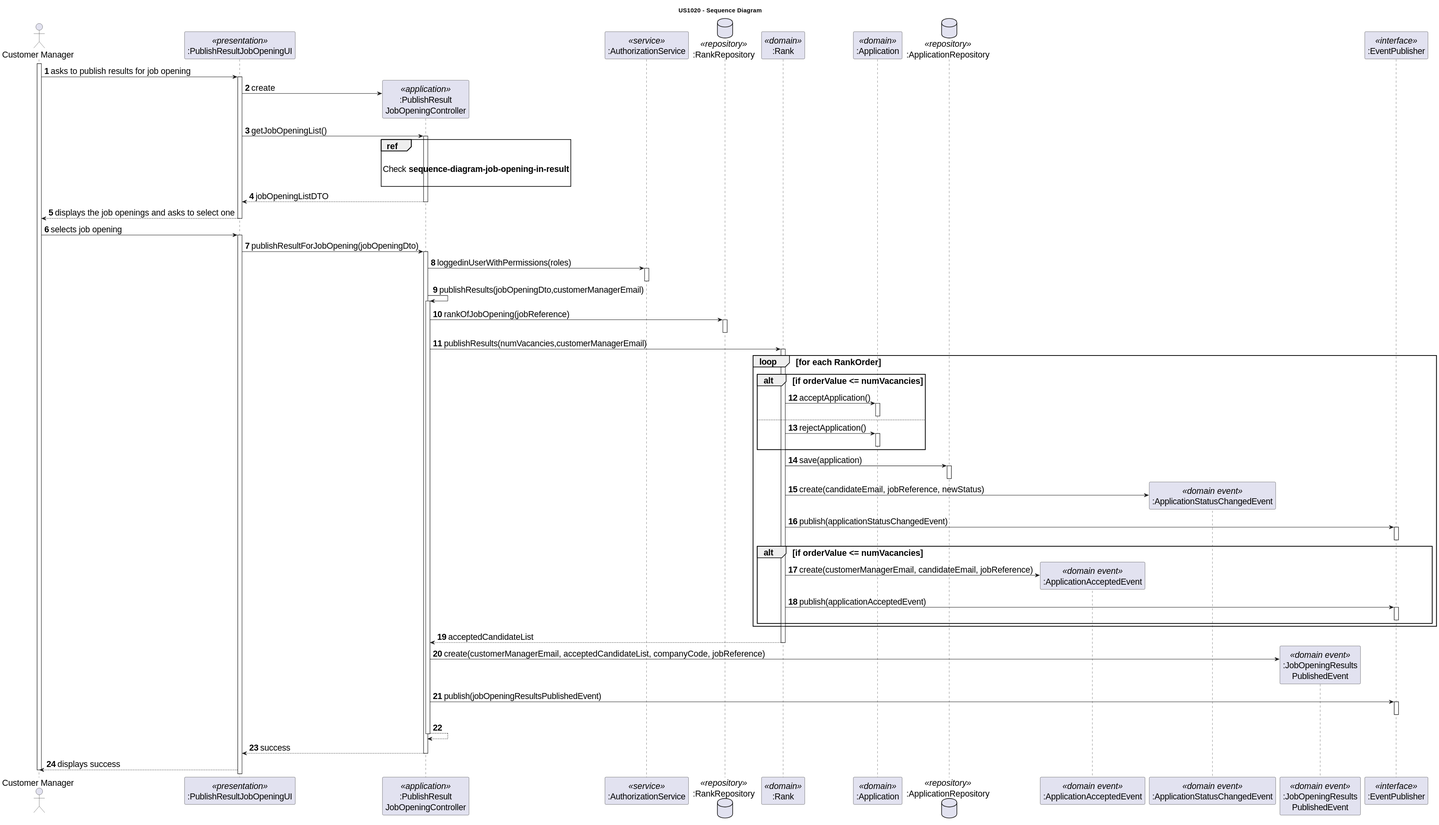
rita-barbosa/LAPR4-2324 keeps this PlantUML diagram as docs/sprint-c/us_1020/design-diagrams/sequence-diagram.svg. Above is the earlier version.
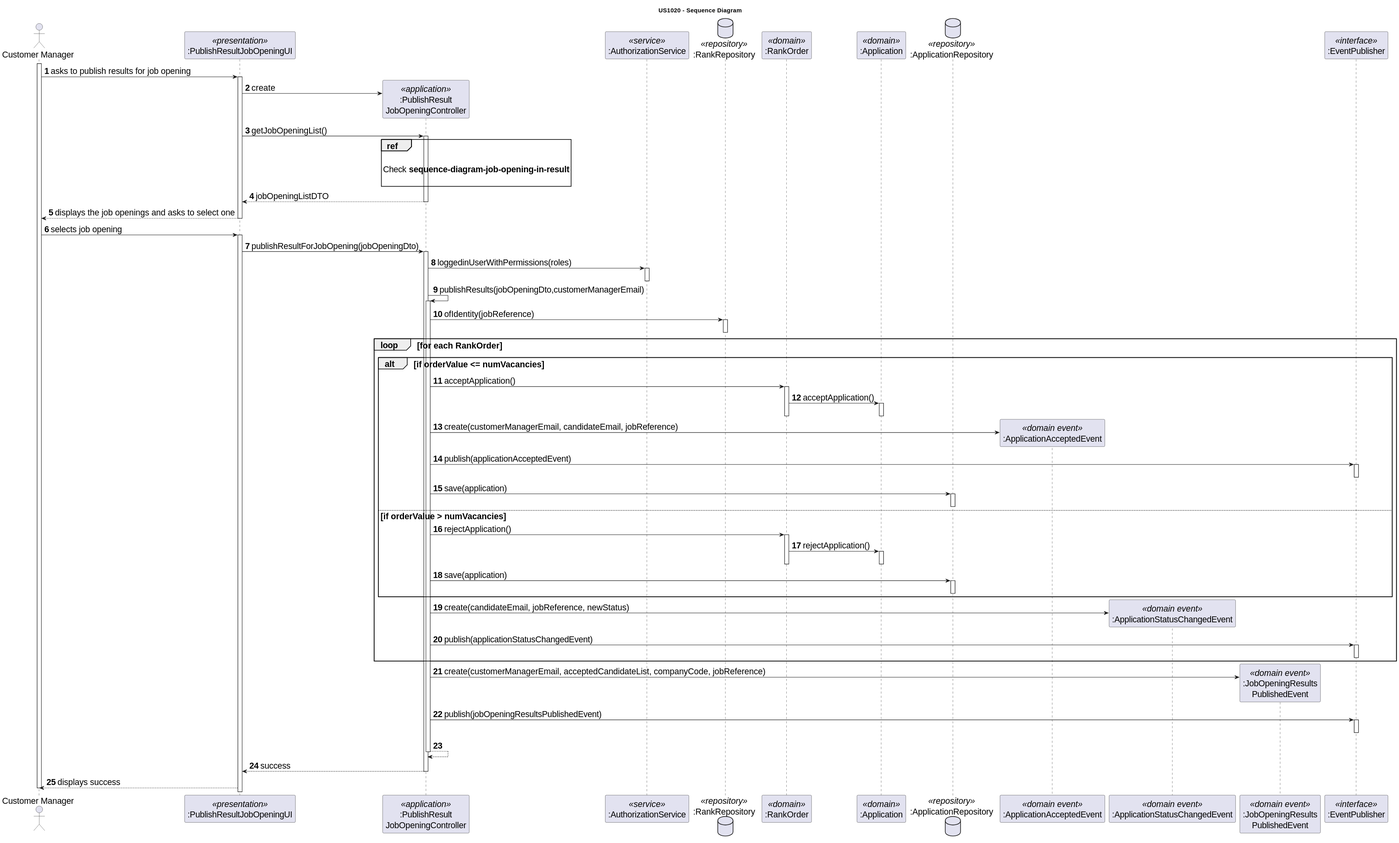
Above is the later version.

Change to the diagram source:
```diff
@@ -10,7 +10,7 @@
 participant ":PublishResult\nJobOpeningController" as CTRL <<application>>
 participant ":AuthorizationService" as AUTHZ <<service>>
 database ":RankRepository" as R_REPO <<repository>>
-participant ":Rank" as R <<domain>>
+participant ":RankOrder" as R <<domain>>
 participant ":Application" as A <<domain>>
 database ":ApplicationRepository" as A_REPO <<repository>>
 participant ":ApplicationAcceptedEvent" as NAAE <<domain event>>
@@ -55,46 +55,55 @@
     CTRL -> CTRL : publishResults(jobOpeningDto,customerManagerEmail)
     activate CTRL
 
-        CTRL -> R_REPO: rankOfJobOpening(jobReference)
+        CTRL -> R_REPO: ofIdentity(jobReference)
         activate R_REPO
         deactivate R_REPO
 
-        CTRL -> R: publishResults(numVacancies,customerManagerEmail)
-        activate R
+
 
             loop for each RankOrder
 
                 alt if orderValue <= numVacancies
+
+                    CTRL -> R : acceptApplication()
+                    activate R
+
                     R -> A : acceptApplication()
                     activate A
                     deactivate A
+                    deactivate R
 
-                else
-                    R-> A: rejectApplication()
+                    CTRL -> NAAE**: create(customerManagerEmail, candidateEmail, jobReference)
+                    CTRL -> EP: publish(applicationAcceptedEvent)
+                    activate EP
+                    deactivate EP
+
+                    CTRL -> A_REPO: save(application)
+                    activate A_REPO
+                    deactivate A_REPO
+                else if orderValue > numVacancies
+
+                    CTRL -> R : rejectApplication()
+                    activate R
+
+                    R -> A : rejectApplication()
                     activate A
                     deactivate A
-                end alt
+                    deactivate R
 
-                R -> A_REPO: save(application)
-                activate A_REPO
-                deactivate A_REPO
-
-                R -> ASCE** : create(candidateEmail, jobReference, newStatus)
-                R-> EP: publish(applicationStatusChangedEvent)
-                activate EP
-                deactivate EP
-
-                alt if orderValue <= numVacancies
-                    R -> NAAE**: create(customerManagerEmail, candidateEmail, jobReference)
-                    R -> EP: publish(applicationAcceptedEvent)
-                    activate EP
-                    deactivate EP
+                    CTRL -> A_REPO: save(application)
+                    activate A_REPO
+                    deactivate A_REPO
                 end alt
 
 
+
+               CTRL -> ASCE** : create(candidateEmail, jobReference, newStatus)
+                CTRL-> EP: publish(applicationStatusChangedEvent)
+                activate EP
+                deactivate EP
             end loop
-        R --> CTRL: acceptedCandidateList
-        deactivate R
+
 
     CTRL-> JORPE**: create(customerManagerEmail, acceptedCandidateList, companyCode, jobReference)
     CTRL -> EP: publish(jobOpeningResultsPublishedEvent)
```
